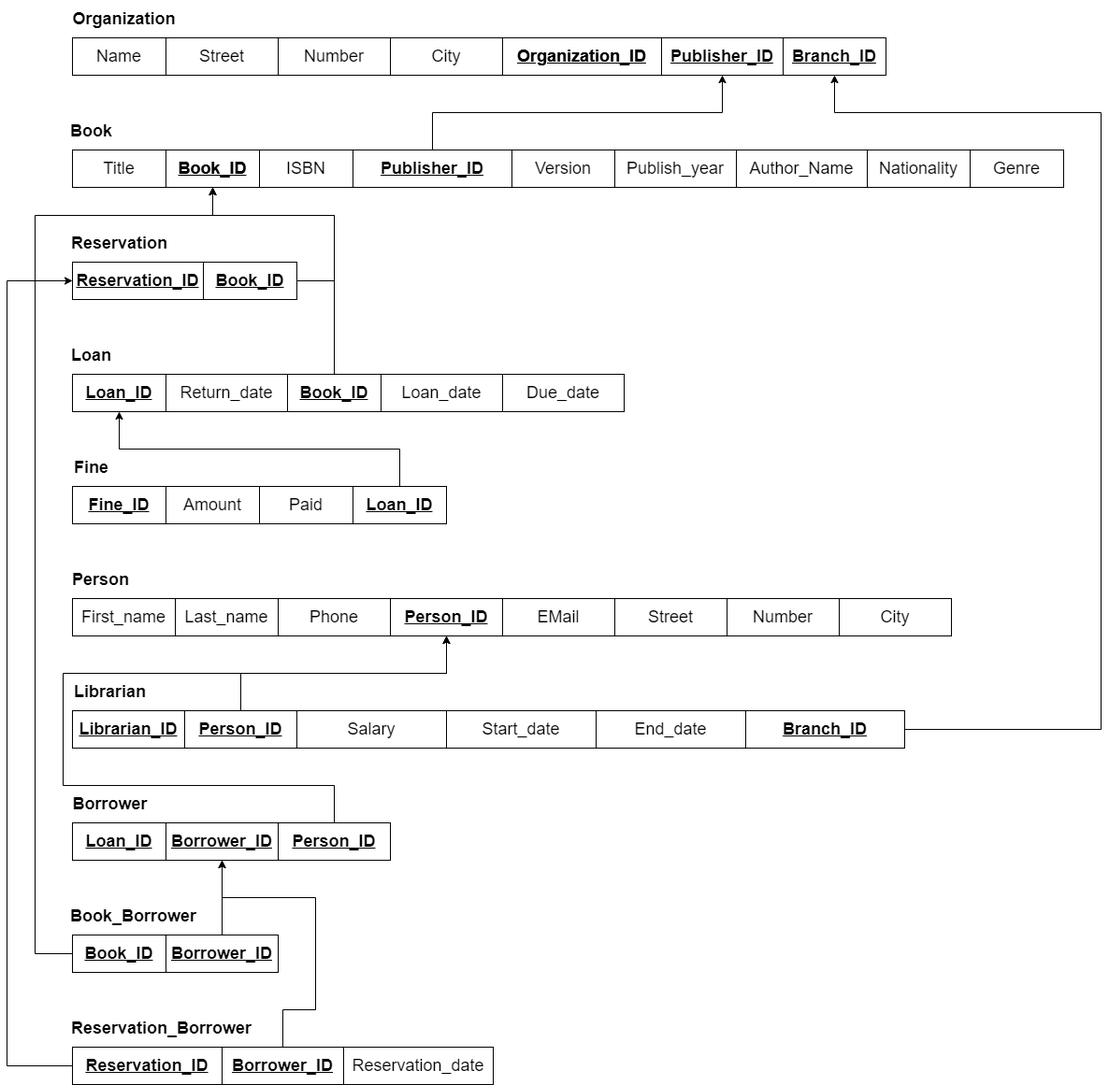
YouAndMEME/sose23-database keeps this draw.io diagram as Relational_Model/Relational Model - 1NF.png. Above is the earlier version. Source tidied: cells renumbered, new cells last; positions are measured from the earlier drawing's top-left corner, leaving out a move shared by most shapes.
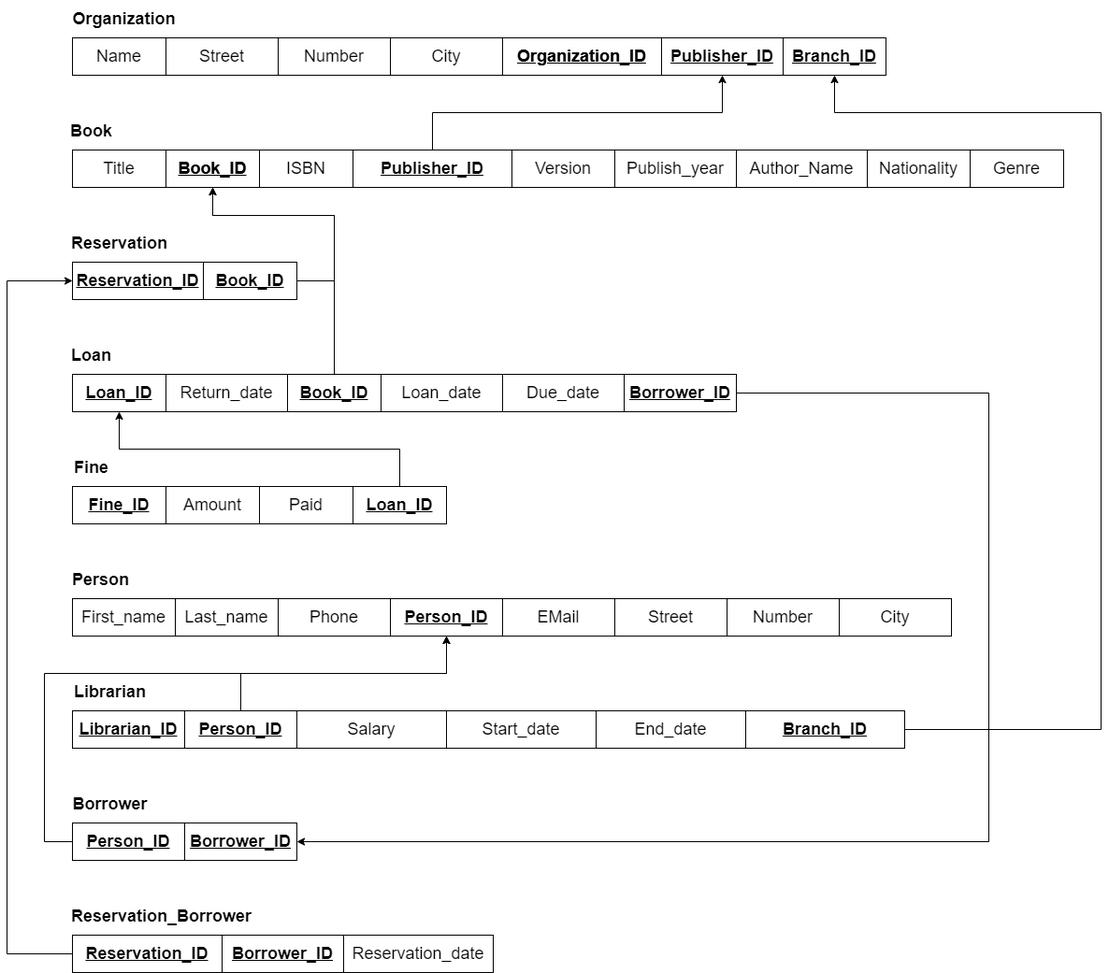
After the change.

Commit message:
Updated Relational Model Borrower

Diff of the diagram source:
```diff
@@ -144,7 +144,7 @@
       <mxGeometry x="70" y="760" width="120" height="40" as="geometry" />
     </mxCell>
     <mxCell id="42" value="Borrower_ID" style="whiteSpace=wrap;html=1;align=center;strokeColor=default;fontSize=18;fillColor=none;fontStyle=5;" parent="1" vertex="1">
-      <mxGeometry x="170" y="880" width="120" height="40" as="geometry" />
+      <mxGeometry x="190" y="880" width="120" height="40" as="geometry" />
     </mxCell>
     <mxCell id="43" style="edgeStyle=orthogonalEdgeStyle;rounded=0;jettySize=auto;html=1;entryX=0.5;entryY=1;entryDx=0;entryDy=0;fontSize=18;" parent="1" edge="1" source="44" target="15">
       <mxGeometry relative="1" as="geometry">
@@ -157,72 +157,37 @@
     <mxCell id="44" value="&lt;b&gt;Person_ID&lt;/b&gt;" style="whiteSpace=wrap;html=1;align=center;strokeColor=default;fontSize=18;fillColor=none;fontStyle=4;" parent="1" vertex="1">
       <mxGeometry x="190" y="760" width="120" height="40" as="geometry" />
     </mxCell>
-    <mxCell id="45" style="edgeStyle=orthogonalEdgeStyle;rounded=0;jettySize=auto;html=1;exitX=0.5;exitY=0;exitDx=0;exitDy=0;entryX=0.5;entryY=1;entryDx=0;entryDy=0;fontSize=18;" parent="1" edge="1" source="46" target="15">
+    <mxCell id="45" style="edgeStyle=orthogonalEdgeStyle;rounded=0;jettySize=auto;html=1;exitX=0;exitY=0.5;exitDx=0;exitDy=0;entryX=0.5;entryY=1;entryDx=0;entryDy=0;fontSize=18;" parent="1" edge="1" source="46" target="15">
       <mxGeometry relative="1" as="geometry">
         <Array as="points">
-          <mxPoint x="350" y="840" />
-          <mxPoint x="60" y="840" />
-          <mxPoint x="60" y="720" />
+          <mxPoint x="40" y="900" />
+          <mxPoint x="40" y="720" />
           <mxPoint x="470" y="720" />
         </Array>
       </mxGeometry>
     </mxCell>
     <mxCell id="46" value="&lt;b&gt;Person_ID&lt;/b&gt;" style="whiteSpace=wrap;html=1;align=center;strokeColor=default;fontSize=18;fillColor=none;fontStyle=4;" parent="1" vertex="1">
-      <mxGeometry x="290" y="880" width="120" height="40" as="geometry" />
+      <mxGeometry x="70" y="880" width="120" height="40" as="geometry" />
     </mxCell>
-    <mxCell id="47" value="Loan_ID" style="whiteSpace=wrap;html=1;align=center;strokeColor=default;fontSize=18;fillColor=none;fontStyle=5;" parent="1" vertex="1">
-      <mxGeometry x="70" y="880" width="100" height="40" as="geometry" />
-    </mxCell>
-    <mxCell id="48" value="Book_Borrower" style="text;strokeColor=none;fillColor=none;html=1;fontSize=18;fontStyle=1;verticalAlign=middle;align=center;" parent="1" vertex="1">
-      <mxGeometry x="80" y="960" width="110" height="40" as="geometry" />
-    </mxCell>
-    <mxCell id="49" style="edgeStyle=orthogonalEdgeStyle;rounded=0;jettySize=auto;html=1;fontSize=18;entryX=0.5;entryY=1;entryDx=0;entryDy=0;" parent="1" edge="1" source="50" target="23">
-      <mxGeometry relative="1" as="geometry">
-        <Array as="points">
-          <mxPoint x="30" y="1020" />
-          <mxPoint x="30" y="230" />
-          <mxPoint x="220" y="230" />
-        </Array>
-      </mxGeometry>
-    </mxCell>
-    <mxCell id="50" value="Book_ID" style="whiteSpace=wrap;html=1;align=center;strokeColor=default;fontSize=18;fillColor=none;fontStyle=5;" parent="1" vertex="1">
-      <mxGeometry x="70" y="1000" width="100" height="40" as="geometry" />
-    </mxCell>
-    <mxCell id="51" style="edgeStyle=orthogonalEdgeStyle;rounded=0;jettySize=auto;html=1;entryX=0.5;entryY=1;entryDx=0;entryDy=0;fontSize=18;" parent="1" edge="1" source="52" target="42">
-      <mxGeometry relative="1" as="geometry" />
-    </mxCell>
-    <mxCell id="52" value="Borrower_ID" style="whiteSpace=wrap;html=1;align=center;strokeColor=default;fontSize=18;fillColor=none;fontStyle=5;" parent="1" vertex="1">
-      <mxGeometry x="170" y="1000" width="120" height="40" as="geometry" />
-    </mxCell>
     <mxCell id="53" value="Reservation_Borrower" style="text;strokeColor=none;fillColor=none;html=1;fontSize=18;fontStyle=1;verticalAlign=middle;align=center;" parent="1" vertex="1">
-      <mxGeometry x="110" y="1080" width="110" height="40" as="geometry" />
+      <mxGeometry x="110" y="960" width="110" height="40" as="geometry" />
     </mxCell>
     <mxCell id="54" style="edgeStyle=orthogonalEdgeStyle;rounded=0;jettySize=auto;html=1;entryX=0;entryY=0.5;entryDx=0;entryDy=0;fontSize=18;" parent="1" edge="1" source="55" target="10">
       <mxGeometry relative="1" as="geometry">
         <Array as="points">
-          <mxPoint y="1140" />
+          <mxPoint y="1020" />
           <mxPoint y="300" />
         </Array>
       </mxGeometry>
     </mxCell>
     <mxCell id="55" value="Reservation_ID" style="whiteSpace=wrap;html=1;align=center;strokeColor=default;fontSize=18;fillColor=none;fontStyle=5;" parent="1" vertex="1">
-      <mxGeometry x="70" y="1120" width="160" height="40" as="geometry" />
+      <mxGeometry x="70" y="1000" width="160" height="40" as="geometry" />
     </mxCell>
-    <mxCell id="56" style="edgeStyle=orthogonalEdgeStyle;rounded=0;jettySize=auto;html=1;entryX=0.5;entryY=1;entryDx=0;entryDy=0;fontSize=18;exitX=0.5;exitY=0;exitDx=0;exitDy=0;" parent="1" edge="1" source="57" target="42">
-      <mxGeometry relative="1" as="geometry">
-        <Array as="points">
-          <mxPoint x="295" y="1080" />
-          <mxPoint x="330" y="1080" />
-          <mxPoint x="330" y="960" />
-          <mxPoint x="230" y="960" />
-        </Array>
-      </mxGeometry>
-    </mxCell>
     <mxCell id="57" value="Borrower_ID" style="whiteSpace=wrap;html=1;align=center;strokeColor=default;fontSize=18;fillColor=none;fontStyle=5;" parent="1" vertex="1">
-      <mxGeometry x="230" y="1120" width="130" height="40" as="geometry" />
+      <mxGeometry x="230" y="1000" width="130" height="40" as="geometry" />
     </mxCell>
     <mxCell id="58" value="Reservation_date" style="whiteSpace=wrap;html=1;align=center;strokeColor=default;fontSize=18;fillColor=none;" parent="1" vertex="1">
-      <mxGeometry x="360" y="1120" width="160" height="40" as="geometry" />
+      <mxGeometry x="360" y="1000" width="160" height="40" as="geometry" />
     </mxCell>
     <mxCell id="59" style="edgeStyle=orthogonalEdgeStyle;rounded=0;jettySize=auto;html=1;exitX=1;exitY=0.5;exitDx=0;exitDy=0;entryX=0.5;entryY=1;entryDx=0;entryDy=0;" parent="1" edge="1" source="60" target="18">
       <mxGeometry relative="1" as="geometry">
@@ -275,5 +240,16 @@
     <mxCell id="73" value="Start_date" style="whiteSpace=wrap;html=1;align=center;strokeColor=default;fontSize=18;fillColor=none;" parent="1" vertex="1">
       <mxGeometry x="470" y="760" width="160" height="40" as="geometry" />
     </mxCell>
+    <mxCell id="51" style="edgeStyle=orthogonalEdgeStyle;rounded=0;jettySize=auto;html=1;entryX=1;entryY=0.5;entryDx=0;entryDy=0;" parent="1" edge="1" source="52" target="42">
+      <mxGeometry relative="1" as="geometry">
+        <Array as="points">
+          <mxPoint x="1050" y="420" />
+          <mxPoint x="1050" y="900" />
+        </Array>
+      </mxGeometry>
+    </mxCell>
+    <mxCell id="52" value="Borrower_ID" style="whiteSpace=wrap;html=1;align=center;strokeColor=default;fontSize=18;fillColor=none;fontStyle=5;" parent="1" vertex="1">
+      <mxGeometry x="660" y="400" width="120" height="40" as="geometry" />
+    </mxCell>
   </root>
 </mxGraphModel>
```
